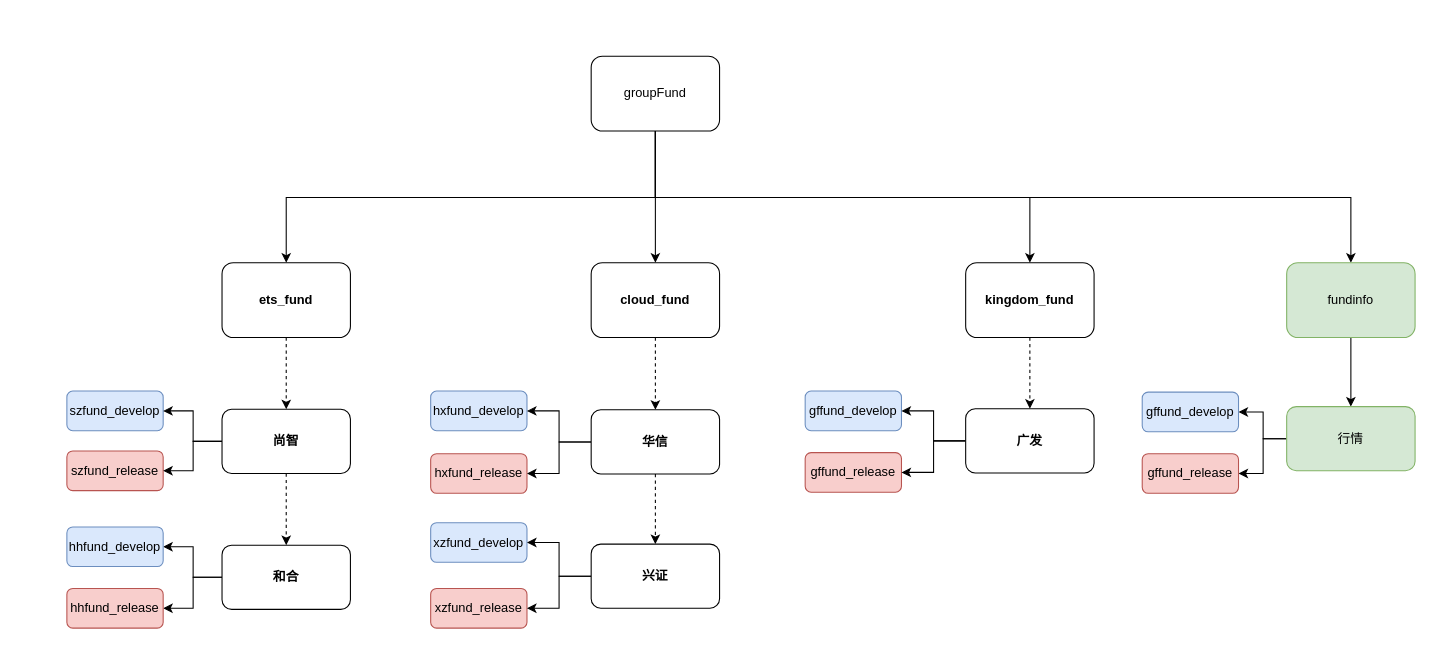
Earlier version of the draw.io diagram 基金git代码分支图.drawio (ammengke/my-drawio). Source tidied: cells renumbered, new cells numbered last; positions are measured from the earlier drawing's top-left corner, leaving out a move shared by most shapes. Both pictures are drawn from the tidied source at 107%, with x=0, y=0 at pixel (66, 56).
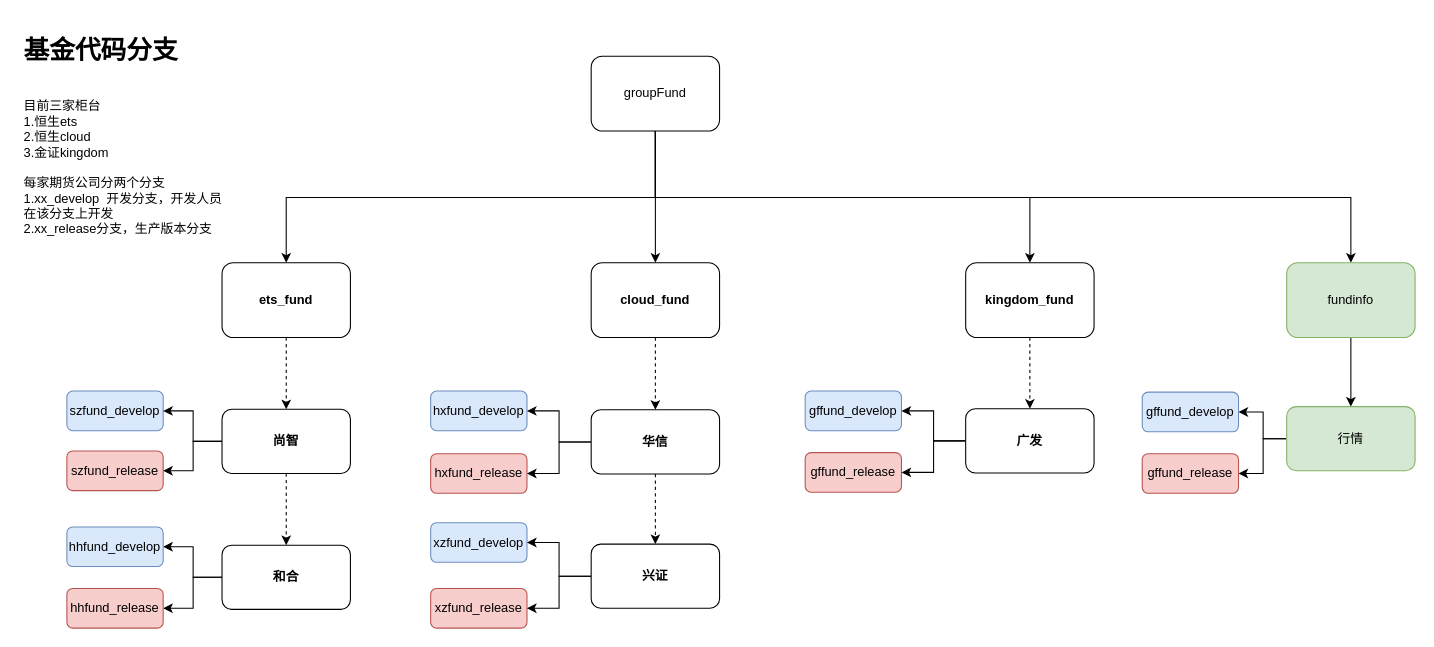
After the change.

Commit message (it also covers changes not shown here):
Update 基金git代码分支图.drawio

What changed in the source:
```diff
@@
+    <mxCell id="47" value="&lt;h1&gt;基金代码分支&lt;/h1&gt;&lt;div&gt;&lt;br&gt;&lt;/div&gt;&lt;div&gt;目前三家柜台&lt;/div&gt;&lt;div&gt;1.恒生ets&lt;/div&gt;&lt;div&gt;2.恒生cloud&lt;/div&gt;&lt;div&gt;3.金证kingdom&lt;/div&gt;&lt;div&gt;&lt;br&gt;&lt;/div&gt;&lt;div&gt;每家期货公司分两个分支&lt;/div&gt;&lt;div&gt;1.xx_develop&amp;nbsp; 开发分支，开发人员在该分支上开发&lt;/div&gt;&lt;div&gt;2.xx_release分支，生产版本分支&lt;/div&gt;" style="text;html=1;strokeColor=none;fillColor=none;spacing=5;spacingTop=-20;whiteSpace=wrap;overflow=hidden;rounded=0;" parent="1" vertex="1">
+      <mxGeometry x="-45" y="-25" width="205" height="205" as="geometry" />
+    </mxCell>
```
